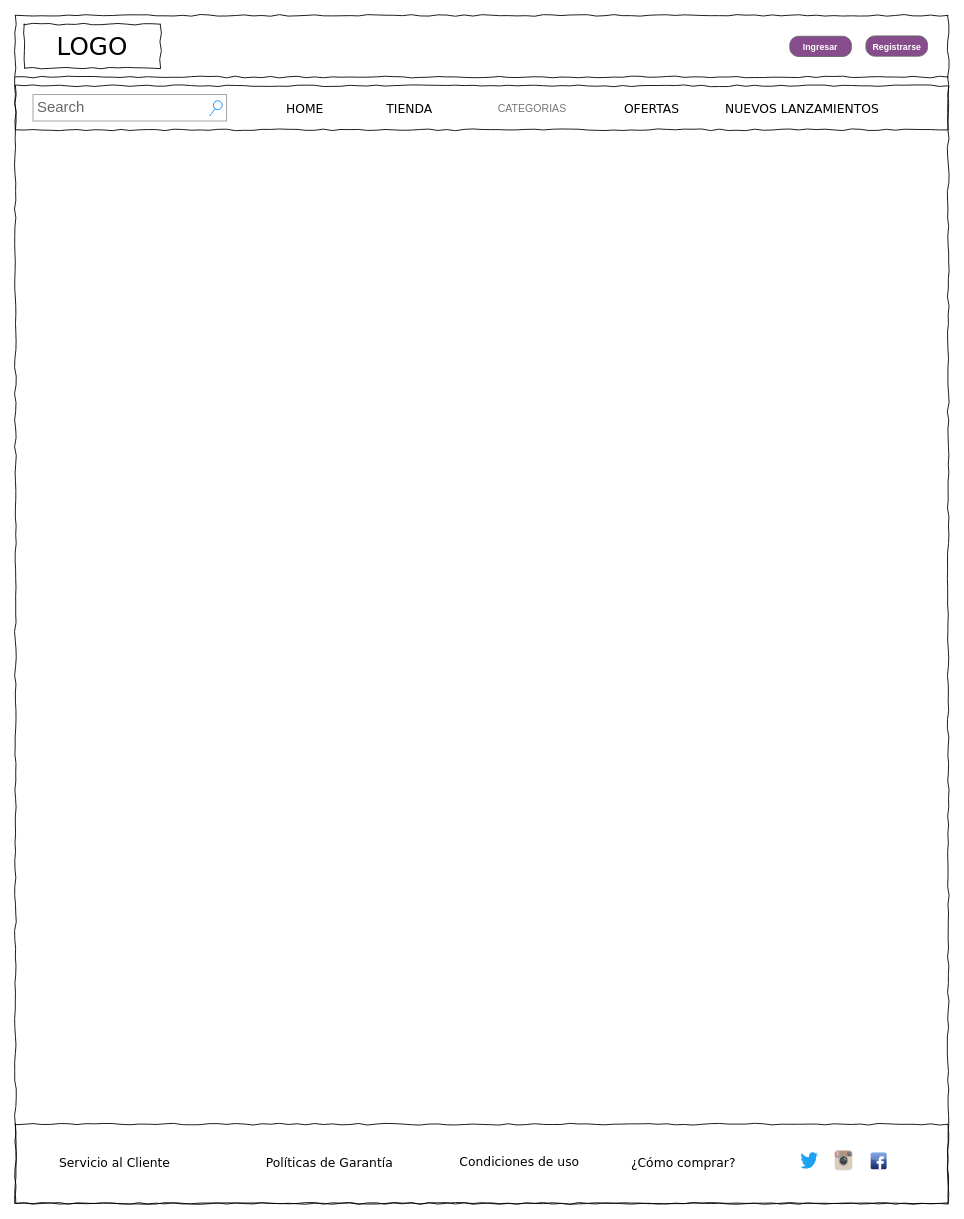
Above: page "Acerca de" (8 of 8) of Esquemas (Wireframes-Modelo de dominio)/Wireframes SMG.drawio in maximilianozurita/SMG (draw.io), before the change. Source tidied: cells renumbered, new cells numbered last; positions are measured from the earlier drawing's top-left corner, leaving out a move shared by most shapes. Both pictures are drawn from the tidied source at 88%, with x=0, y=0 at pixel (15, 15).
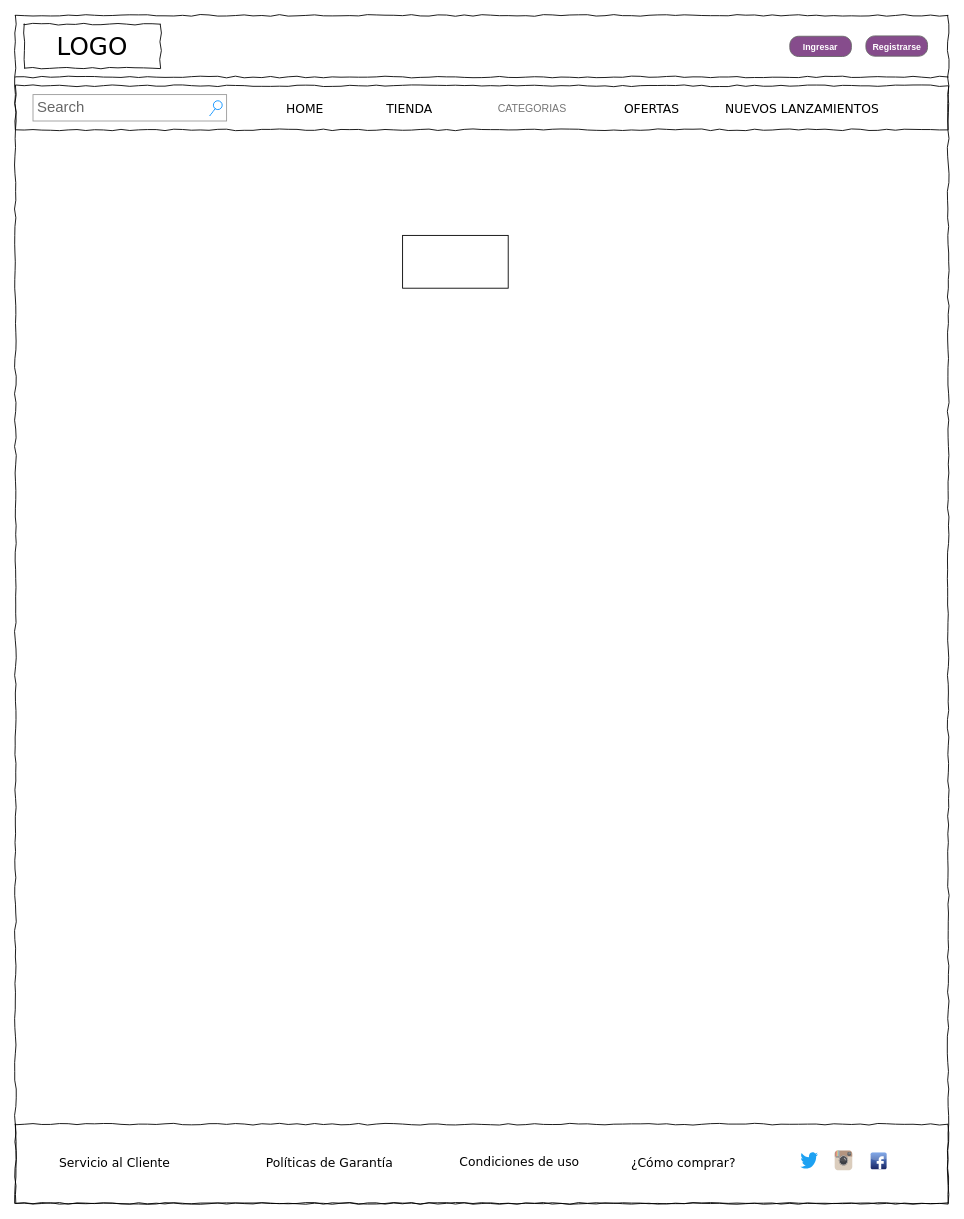
The same diagram, later.

The edit, as a diff of the source:
```diff
@@
+    <mxCell id="22" style="rounded=0;whiteSpace=wrap;html=1;" parent="1" vertex="1">
+      <mxGeometry x="440" y="250" width="120" height="60" as="geometry" />
+    </mxCell>
```
